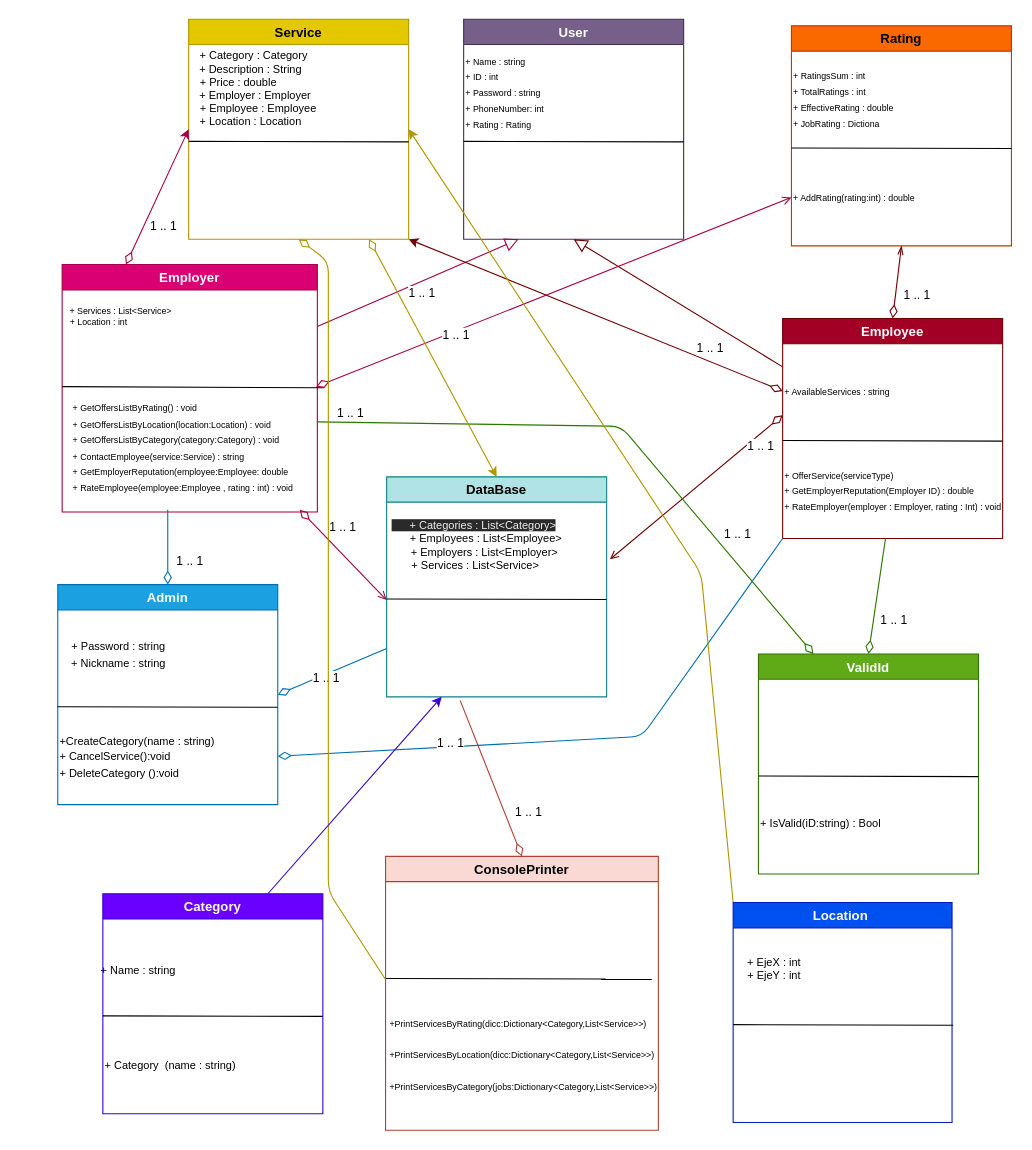
Earlier version of the draw.io diagram Diagrama UML.drawio (charlis96/Proyecto_Chatbot). Source tidied: cells renumbered, new cells numbered last; positions are measured from the earlier drawing's top-left corner, leaving out a move shared by most shapes. Both pictures are drawn from the tidied source at 110%, with x=0, y=0 at pixel (19, 19).
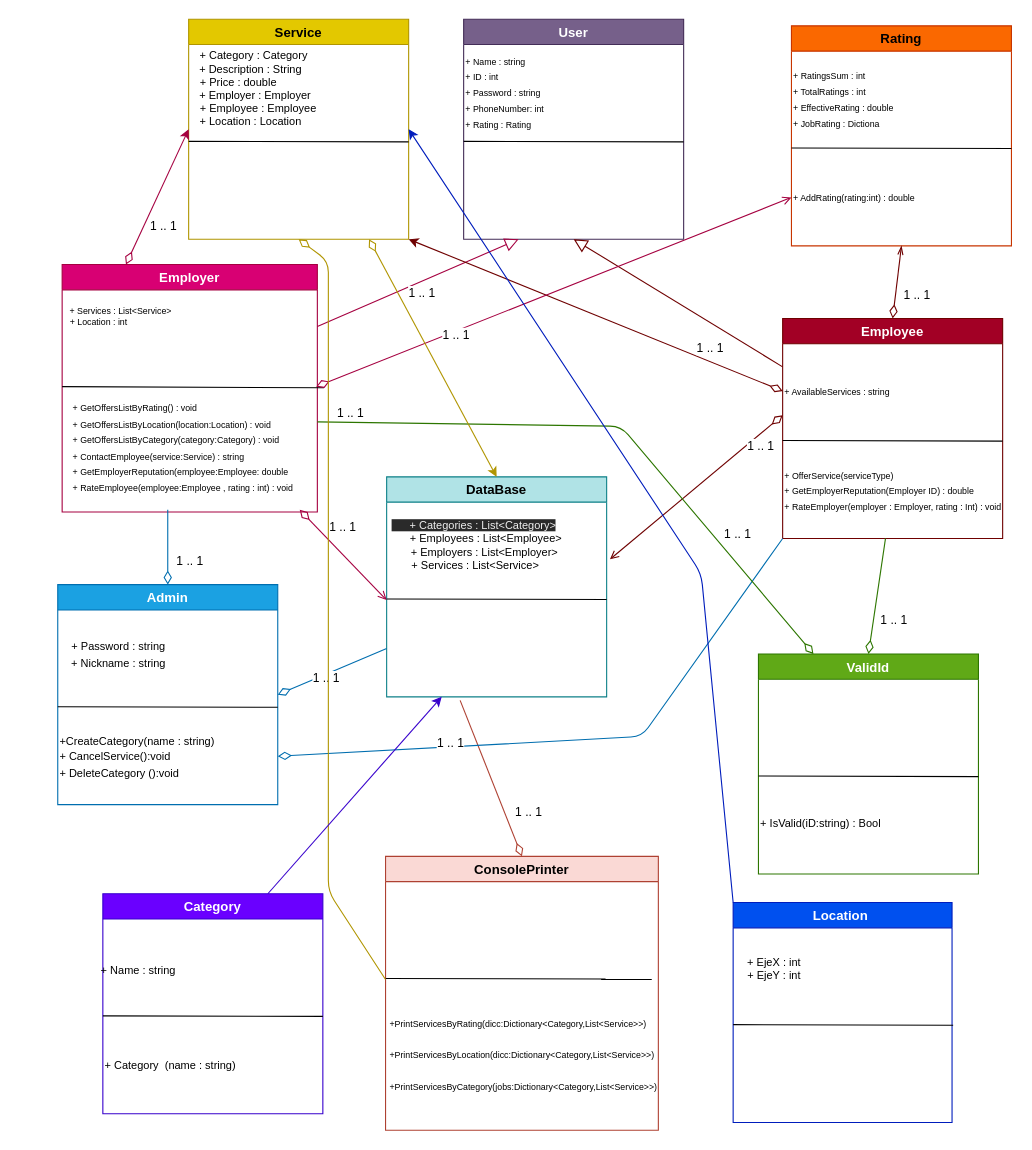
The same page after the edit.

The change refers to these unchanged cells:
```xml
<mxCell id="21" value="Service" style="swimlane;fillColor=#e3c800;fontColor=#000000;strokeColor=#B09500;" parent="1" vertex="1">
  <mxGeometry x="154" width="200" height="200" as="geometry" />
</mxCell>
<mxCell id="73" value="Location " style="swimlane;fillColor=#0050ef;strokeColor=#001DBC;fontColor=#ffffff;" parent="1" vertex="1">
  <mxGeometry x="649" y="803" width="199" height="200" as="geometry" />
</mxCell>
```

What changed in the source:
```diff
@@
-    <mxCell id="72" style="edgeStyle=none;html=1;exitX=0;exitY=0;exitDx=0;exitDy=0;entryX=1;entryY=0.5;entryDx=0;entryDy=0;fillColor=#e3c800;strokeColor=#B09500;" parent="1" edge="1" source="73" target="21">
+    <mxCell id="72" style="edgeStyle=none;html=1;exitX=0;exitY=0;exitDx=0;exitDy=0;entryX=1;entryY=0.5;entryDx=0;entryDy=0;fillColor=#0050ef;strokeColor=#001DBC;" parent="1" edge="1" source="73" target="21">
       <mxGeometry relative="1" as="geometry">
         <Array as="points">
           <mxPoint x="620" y="504" />
         </Array>
       </mxGeometry>
     </mxCell>
```
